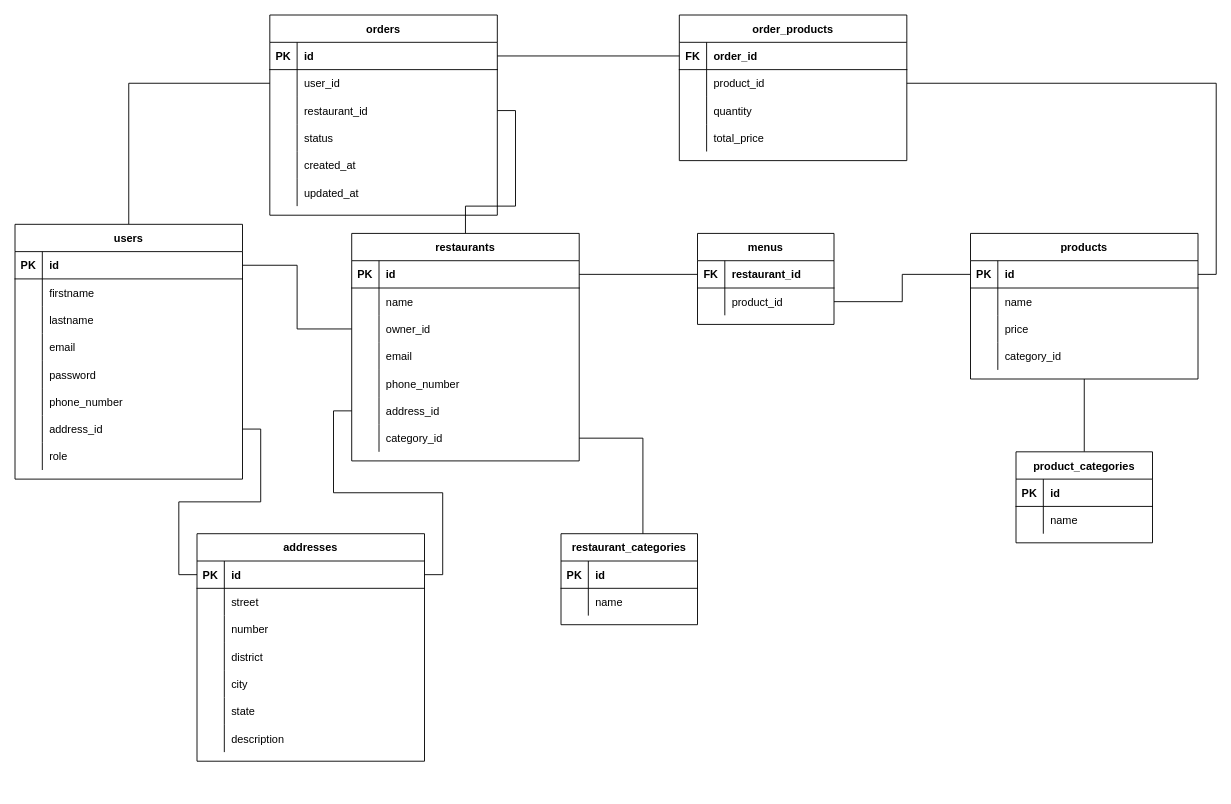
The draw.io diagram prisma/db.schema/DB_Diagram.drawio in AdrianFadiga/Delivery-Backend, before the edit. Source tidied: cells renumbered, new cells numbered last; positions are measured from the earlier drawing's top-left corner, leaving out a move shared by most shapes. Both pictures are drawn from the tidied source at 91%, with x=0, y=0 at pixel (15, 15).
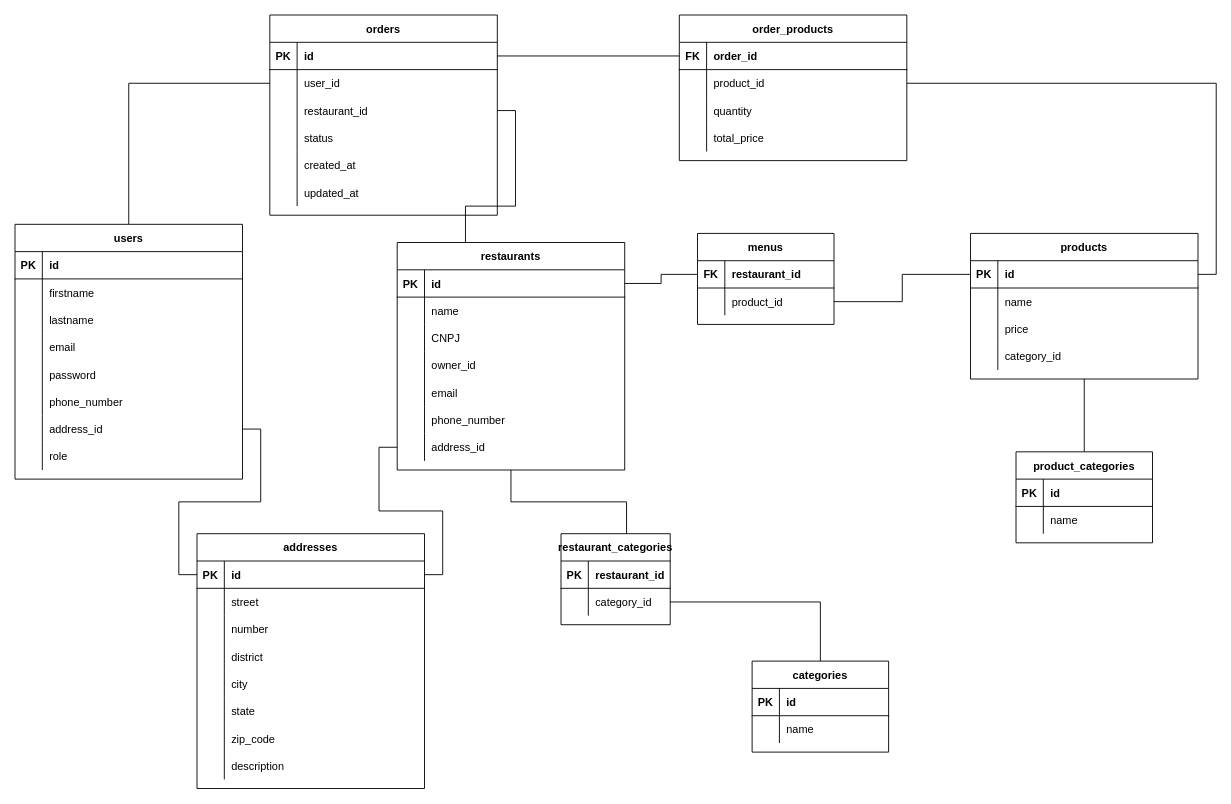
Above is the later version.

The change refers to these unchanged cells:
```xml
<mxCell id="4" style="shape=partialRectangle;fillColor=none;points=[[0,0.5],[1,0.5]];portConstraint=eastwest;top=0;left=0;right=0;bottom=1;" parent="3" vertex="1">
  <mxGeometry y="30" width="250" height="30" as="geometry" />
</mxCell>
```

The edit, as a diff of the source:
```diff
@@
     <mxCell id="29" value="restaurants" style="shape=table;startSize=30;childLayout=tableLayout;rowLines=0;fontStyle=1;align=center;" parent="1" vertex="1">
-      <mxGeometry x="370" y="240" width="250" height="250" as="geometry" />
+      <mxGeometry x="420" y="250" width="250" height="250" as="geometry" />
     </mxCell>
@@
+    <mxCell id="148" style="shape=partialRectangle;fillColor=none;top=0;left=0;right=0;bottom=0;" parent="29" vertex="1">
+      <mxGeometry y="90" width="250" height="30" as="geometry" />
+    </mxCell>
+    <mxCell id="149" style="shape=partialRectangle;overflow=hidden;fillColor=none;top=0;left=0;bottom=0;right=0;" parent="148" vertex="1">
+      <mxGeometry width="30" height="30" as="geometry" />
+    </mxCell>
+    <mxCell id="150" value="CNPJ" style="shape=partialRectangle;overflow=hidden;fillColor=none;top=0;left=0;bottom=0;right=0;align=left;spacingLeft=6;" parent="148" vertex="1">
+      <mxGeometry x="30" width="220" height="30" as="geometry" />
+    </mxCell>
     <mxCell id="36" style="shape=partialRectangle;fillColor=none;points=[[0,0.5],[1,0.5]];portConstraint=eastwest;top=0;left=0;right=0;bottom=0;" parent="29" vertex="1">
-      <mxGeometry y="90" width="250" height="30" as="geometry" />
+      <mxGeometry y="120" width="250" height="30" as="geometry" />
     </mxCell>
@@
     <mxCell id="39" style="shape=partialRectangle;fillColor=none;top=0;left=0;right=0;bottom=0;" parent="29" vertex="1">
-      <mxGeometry y="120" width="250" height="30" as="geometry" />
+      <mxGeometry y="150" width="250" height="30" as="geometry" />
     </mxCell>
@@
     <mxCell id="42" style="shape=partialRectangle;fillColor=none;top=0;left=0;right=0;bottom=0;" parent="29" vertex="1">
-      <mxGeometry y="150" width="250" height="30" as="geometry" />
+      <mxGeometry y="180" width="250" height="30" as="geometry" />
     </mxCell>
@@
     <mxCell id="45" style="shape=partialRectangle;fillColor=none;points=[[0,0.5],[1,0.5]];portConstraint=eastwest;top=0;left=0;right=0;bottom=0;" parent="29" vertex="1">
-      <mxGeometry y="180" width="250" height="30" as="geometry" />
+      <mxGeometry y="210" width="250" height="30" as="geometry" />
     </mxCell>
@@
-    <mxCell id="48" style="shape=partialRectangle;fillColor=none;points=[[0,0.5],[1,0.5]];portConstraint=eastwest;top=0;left=0;right=0;bottom=0;" parent="29" vertex="1">
-      <mxGeometry y="210" width="250" height="30" as="geometry" />
-    </mxCell>
-    <mxCell id="49" style="shape=partialRectangle;overflow=hidden;fillColor=none;top=0;left=0;bottom=0;right=0;" parent="48" vertex="1">
-      <mxGeometry width="30" height="30" as="geometry" />
-    </mxCell>
-    <mxCell id="50" value="category_id" style="shape=partialRectangle;overflow=hidden;fillColor=none;top=0;left=0;bottom=0;right=0;align=left;spacingLeft=6;" parent="48" vertex="1">
-      <mxGeometry x="30" width="220" height="30" as="geometry" />
-    </mxCell>
     <mxCell id="51" value="addresses" style="shape=table;startSize=30;childLayout=tableLayout;rowLines=0;fontStyle=1;align=center;" parent="1" vertex="1">
-      <mxGeometry x="200" y="570" width="250" height="250" as="geometry" />
+      <mxGeometry x="200" y="570" width="250" height="280" as="geometry" />
     </mxCell>
@@
+    <mxCell id="48" style="shape=partialRectangle;fillColor=none;points=[[0,0.5],[1,0.5]];portConstraint=eastwest;top=0;left=0;right=0;bottom=0;" parent="51" vertex="1">
+      <mxGeometry y="210" width="250" height="30" as="geometry" />
+    </mxCell>
+    <mxCell id="151" style="shape=partialRectangle;overflow=hidden;fillColor=none;top=0;left=0;bottom=0;right=0;" parent="48" vertex="1">
+      <mxGeometry width="30" height="30" as="geometry" />
+    </mxCell>
+    <mxCell id="152" value="zip_code" style="shape=partialRectangle;overflow=hidden;fillColor=none;top=0;left=0;bottom=0;right=0;align=left;spacingLeft=6;" parent="48" vertex="1">
+      <mxGeometry x="30" width="220" height="30" as="geometry" />
+    </mxCell>
     <mxCell id="70" style="shape=partialRectangle;fillColor=none;top=0;left=0;right=0;bottom=0;" parent="51" vertex="1">
-      <mxGeometry y="210" width="250" height="30" as="geometry" />
+      <mxGeometry y="240" width="250" height="30" as="geometry" />
     </mxCell>
@@
-    <mxCell id="129" style="edgeStyle=orthogonalEdgeStyle;rounded=0;jettySize=auto;html=1;exitX=1;exitY=0.5;exitDx=0;exitDy=0;entryX=0;entryY=0.5;entryDx=0;entryDy=0;endArrow=none;endFill=0;" parent="1" edge="1" source="4" target="36">
-      <mxGeometry relative="1" as="geometry" />
-    </mxCell>
@@
     <mxCell id="132" value="restaurant_categories" style="shape=table;startSize=30;childLayout=tableLayout;rowLines=0;fontStyle=1;align=center;" parent="1" vertex="1">
-      <mxGeometry x="600" y="570" width="150" height="100" as="geometry" />
+      <mxGeometry x="600" y="570" width="120" height="100" as="geometry" />
     </mxCell>
     <mxCell id="133" style="shape=partialRectangle;fillColor=none;top=0;left=0;right=0;bottom=1;" parent="132" vertex="1">
-      <mxGeometry y="30" width="150" height="30" as="geometry" />
+      <mxGeometry y="30" width="120" height="30" as="geometry" />
     </mxCell>
@@
-    <mxCell id="135" value="id" style="shape=partialRectangle;overflow=hidden;fillColor=none;top=0;left=0;bottom=0;right=0;align=left;spacingLeft=6;fontStyle=1;" parent="133" vertex="1">
-      <mxGeometry x="30" width="120" height="30" as="geometry" />
+    <mxCell id="135" value="restaurant_id" style="shape=partialRectangle;overflow=hidden;fillColor=none;top=0;left=0;bottom=0;right=0;align=left;spacingLeft=6;fontStyle=1;" parent="133" vertex="1">
+      <mxGeometry x="30" width="90" height="30" as="geometry" />
     </mxCell>
     <mxCell id="136" style="shape=partialRectangle;fillColor=none;points=[[0,0.5],[1,0.5]];portConstraint=eastwest;top=0;left=0;right=0;bottom=0;" parent="132" vertex="1">
-      <mxGeometry y="60" width="150" height="30" as="geometry" />
+      <mxGeometry y="60" width="120" height="30" as="geometry" />
     </mxCell>
@@
-    <mxCell id="138" value="name" style="shape=partialRectangle;overflow=hidden;fillColor=none;top=0;left=0;bottom=0;right=0;align=left;spacingLeft=6;" parent="136" vertex="1">
-      <mxGeometry x="30" width="120" height="30" as="geometry" />
+    <mxCell id="138" value="category_id" style="shape=partialRectangle;overflow=hidden;fillColor=none;top=0;left=0;bottom=0;right=0;align=left;spacingLeft=6;" parent="136" vertex="1">
+      <mxGeometry x="30" width="90" height="30" as="geometry" />
     </mxCell>
-    <mxCell id="139" style="edgeStyle=orthogonalEdgeStyle;rounded=0;jettySize=auto;html=1;entryX=0.6;entryY=0;entryDx=0;entryDy=0;entryPerimeter=0;endArrow=none;endFill=0;" parent="1" edge="1" source="48" target="132">
+    <mxCell id="139" style="edgeStyle=orthogonalEdgeStyle;rounded=0;jettySize=auto;html=1;entryX=0.6;entryY=0;entryDx=0;entryDy=0;entryPerimeter=0;endArrow=none;endFill=0;exitX=0.5;exitY=1;exitDx=0;exitDy=0;" parent="1" edge="1" source="29" target="132">
       <mxGeometry relative="1" as="geometry" />
     </mxCell>
@@
+    <mxCell id="153" value="categories" style="shape=table;startSize=30;childLayout=tableLayout;rowLines=0;fontStyle=1;align=center;" parent="1" vertex="1">
+      <mxGeometry x="810" y="710" width="150" height="100" as="geometry" />
+    </mxCell>
+    <mxCell id="154" style="shape=partialRectangle;fillColor=none;top=0;left=0;right=0;bottom=1;" parent="153" vertex="1">
+      <mxGeometry y="30" width="150" height="30" as="geometry" />
+    </mxCell>
+    <mxCell id="155" value="PK" style="shape=partialRectangle;overflow=hidden;fillColor=none;top=0;left=0;bottom=0;right=0;fontStyle=1;" parent="154" vertex="1">
+      <mxGeometry width="30" height="30" as="geometry" />
+    </mxCell>
+    <mxCell id="156" value="id" style="shape=partialRectangle;overflow=hidden;fillColor=none;top=0;left=0;bottom=0;right=0;align=left;spacingLeft=6;fontStyle=1;" parent="154" vertex="1">
+      <mxGeometry x="30" width="120" height="30" as="geometry" />
+    </mxCell>
+    <mxCell id="157" style="shape=partialRectangle;fillColor=none;top=0;left=0;right=0;bottom=0;" parent="153" vertex="1">
+      <mxGeometry y="60" width="150" height="30" as="geometry" />
+    </mxCell>
+    <mxCell id="158" style="shape=partialRectangle;overflow=hidden;fillColor=none;top=0;left=0;bottom=0;right=0;" parent="157" vertex="1">
+      <mxGeometry width="30" height="30" as="geometry" />
+    </mxCell>
+    <mxCell id="159" value="name" style="shape=partialRectangle;overflow=hidden;fillColor=none;top=0;left=0;bottom=0;right=0;align=left;spacingLeft=6;" parent="157" vertex="1">
+      <mxGeometry x="30" width="120" height="30" as="geometry" />
+    </mxCell>
+    <mxCell id="160" style="edgeStyle=orthogonalEdgeStyle;rounded=0;jettySize=auto;html=1;entryX=0.5;entryY=0;entryDx=0;entryDy=0;endArrow=none;endFill=0;" parent="1" edge="1" source="136" target="153">
+      <mxGeometry relative="1" as="geometry" />
+    </mxCell>
```
